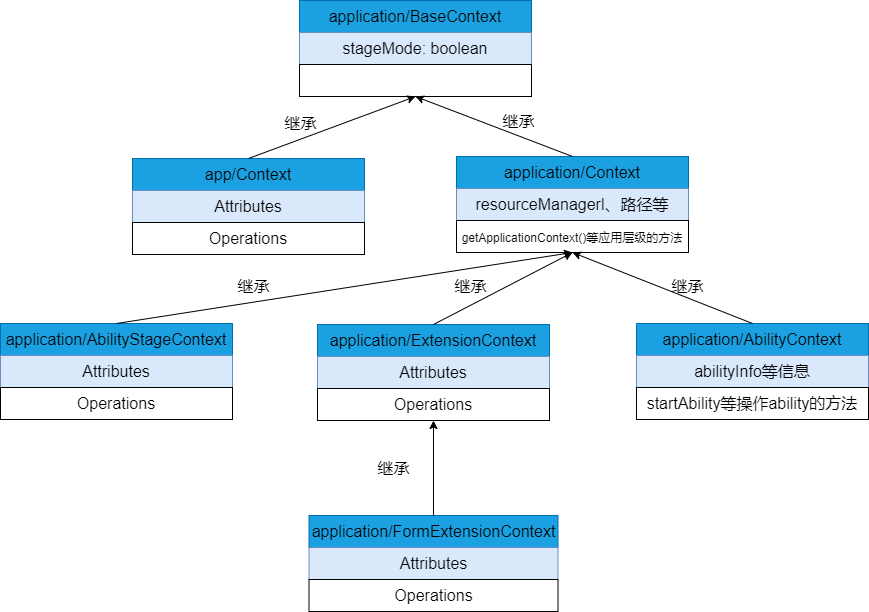
Before: zh-cn/application-dev/ability/figures/contextIntroduction.png, a diagram exported from draw.io (openharmony/docs). Source tidied: cells renumbered, new cells last; positions are measured from the earlier drawing's top-left corner, leaving out a move shared by most shapes.
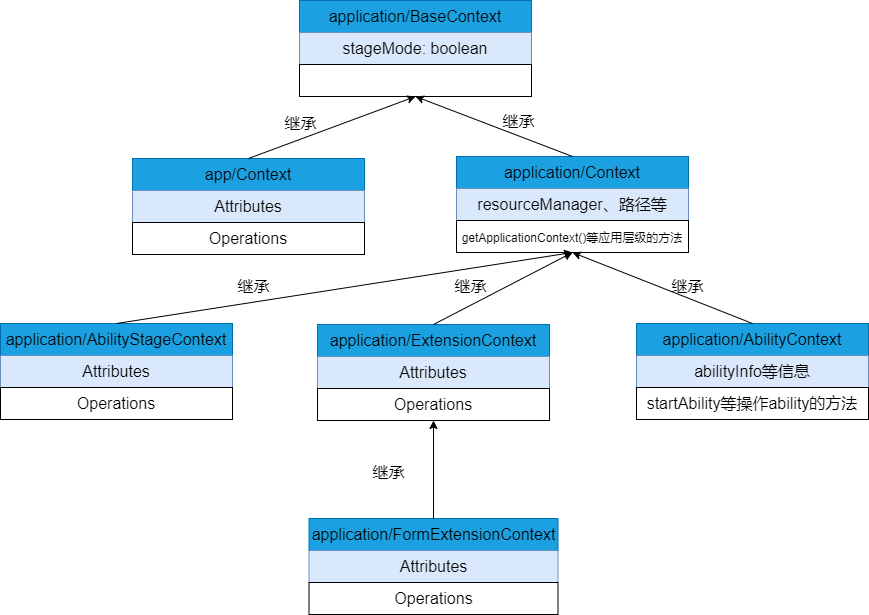
The same file after the commit.

Diff of the diagram source:
```diff
@@ -32,7 +32,7 @@
     <mxCell id="11" value="application/Context" style="rounded=0;whiteSpace=wrap;html=1;fontSize=16;fillColor=#1ba1e2;strokeColor=#006EAF;fontColor=#000000;" parent="10" vertex="1">
       <mxGeometry width="232" height="32" as="geometry" />
     </mxCell>
-    <mxCell id="12" value="resourceManagerl、路径等" style="rounded=0;whiteSpace=wrap;html=1;fontSize=16;fillColor=#dae8fc;strokeColor=#6c8ebf;" parent="10" vertex="1">
+    <mxCell id="12" value="resourceManager、路径等" style="rounded=0;whiteSpace=wrap;html=1;fontSize=16;fillColor=#dae8fc;strokeColor=#6c8ebf;" parent="10" vertex="1">
       <mxGeometry y="32" width="232" height="32" as="geometry" />
     </mxCell>
     <mxCell id="13" value="&lt;font style=&quot;font-size: 12px&quot;&gt;getApplicationContext()等应用层级的方法&lt;/font&gt;" style="rounded=0;whiteSpace=wrap;html=1;fontSize=16;" parent="10" vertex="1">
@@ -105,7 +105,7 @@
       <mxGeometry x="666" y="274" width="42" height="23" as="geometry" />
     </mxCell>
     <mxCell id="36" style="group;" parent="1" vertex="1">
-      <mxGeometry x="308.5" y="515" width="249" height="96" as="geometry" />
+      <mxGeometry x="308.5" y="518" width="249" height="96" as="geometry" />
     </mxCell>
     <mxCell id="37" value="application/FormExtensionContext" style="rounded=0;whiteSpace=wrap;html=1;fontSize=16;fillColor=#1ba1e2;strokeColor=#006EAF;fontColor=#000000;" parent="36" vertex="1">
       <mxGeometry width="249" height="32" as="geometry" />
@@ -120,7 +120,7 @@
       <mxGeometry relative="1" as="geometry" />
     </mxCell>
     <mxCell id="41" value="继承" style="text;html=1;align=center;verticalAlign=middle;strokeColor=none;fillColor=none;fontSize=16;fontColor=#000000;" parent="1" vertex="1">
-      <mxGeometry x="372" y="456" width="42" height="23" as="geometry" />
+      <mxGeometry x="367" y="460" width="42" height="23" as="geometry" />
     </mxCell>
   </root>
 </mxGraphModel>
```
